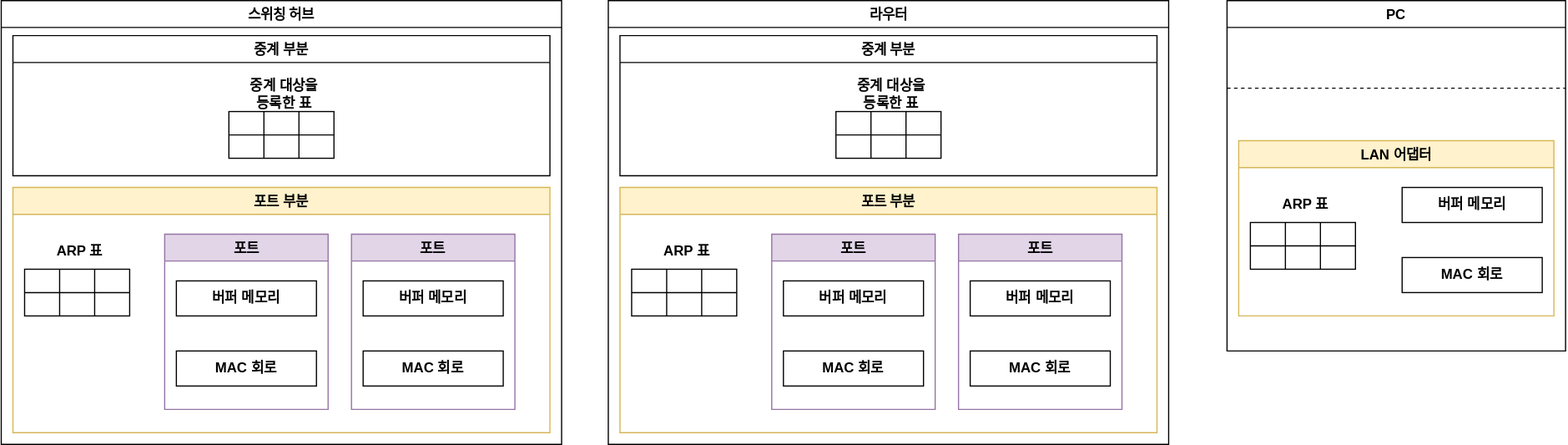
Before: 13/yongki/assets/router-vs-pc.drawio.svg, a diagram exported from draw.io (cs-study-org/cs-study). Source tidied: cells renumbered, new cells last; positions are measured from the earlier drawing's top-left corner, leaving out a move shared by most shapes.
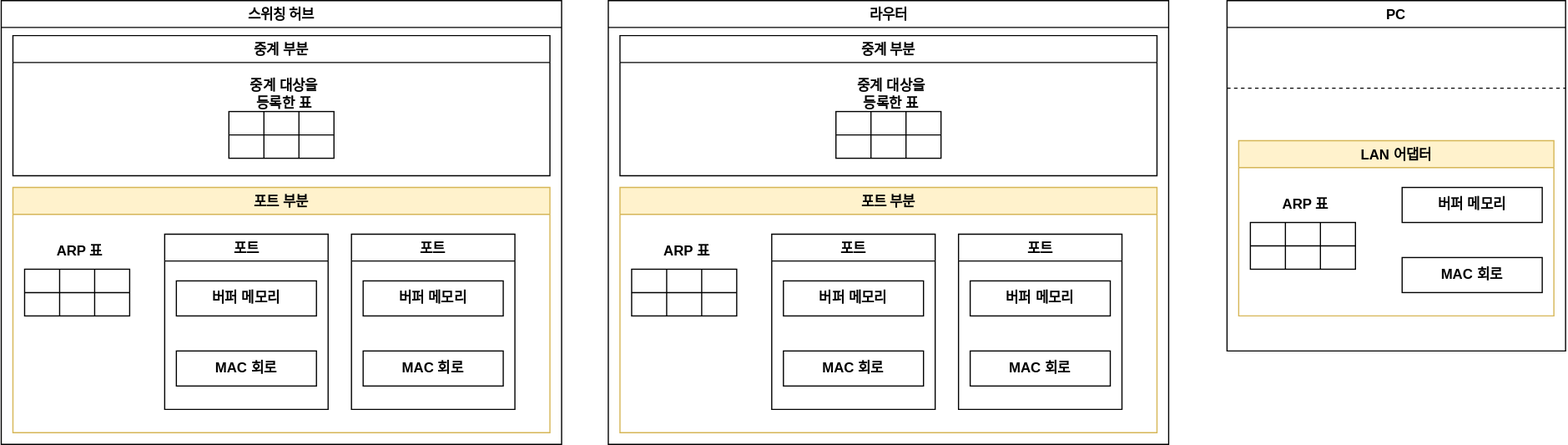
After the change.

Diff of the diagram source:
```diff
@@ -83,7 +83,7 @@
     <mxCell id="28" value="&lt;b&gt;ARP 표&lt;/b&gt;" style="text;html=1;strokeColor=none;fillColor=none;align=center;verticalAlign=middle;whiteSpace=wrap;rounded=0;" parent="18" vertex="1">
       <mxGeometry x="15" y="40" width="85" height="30" as="geometry" />
     </mxCell>
-    <mxCell id="29" value="포트" style="swimlane;fillColor=#e1d5e7;strokeColor=#9673a6;" parent="18" vertex="1">
+    <mxCell id="29" value="포트" style="swimlane;" parent="18" vertex="1">
       <mxGeometry x="130" y="40" width="140" height="150" as="geometry" />
     </mxCell>
     <mxCell id="30" value="&lt;b&gt;버퍼 메모리&lt;/b&gt;" style="rounded=0;whiteSpace=wrap;html=1;fillColor=none;" parent="29" vertex="1">
@@ -92,7 +92,7 @@
     <mxCell id="31" value="&lt;b&gt;MAC 회로&lt;/b&gt;" style="rounded=0;whiteSpace=wrap;html=1;fillColor=none;" parent="29" vertex="1">
       <mxGeometry x="10" y="100" width="120" height="30" as="geometry" />
     </mxCell>
-    <mxCell id="32" value="포트" style="swimlane;fillColor=#e1d5e7;strokeColor=#9673a6;" parent="18" vertex="1">
+    <mxCell id="32" value="포트" style="swimlane;" parent="18" vertex="1">
       <mxGeometry x="290" y="40" width="140" height="150" as="geometry" />
     </mxCell>
     <mxCell id="33" value="&lt;b&gt;버퍼 메모리&lt;/b&gt;" style="rounded=0;whiteSpace=wrap;html=1;fillColor=none;" parent="32" vertex="1">
@@ -170,7 +170,7 @@
     <mxCell id="57" value="&lt;b&gt;ARP 표&lt;/b&gt;" style="text;html=1;strokeColor=none;fillColor=none;align=center;verticalAlign=middle;whiteSpace=wrap;rounded=0;" parent="47" vertex="1">
       <mxGeometry x="15" y="40" width="85" height="30" as="geometry" />
     </mxCell>
-    <mxCell id="58" value="포트" style="swimlane;fillColor=#e1d5e7;strokeColor=#9673a6;" parent="47" vertex="1">
+    <mxCell id="58" value="포트" style="swimlane;" parent="47" vertex="1">
       <mxGeometry x="130" y="40" width="140" height="150" as="geometry" />
     </mxCell>
     <mxCell id="59" value="&lt;b&gt;버퍼 메모리&lt;/b&gt;" style="rounded=0;whiteSpace=wrap;html=1;fillColor=none;" parent="58" vertex="1">
@@ -179,7 +179,7 @@
     <mxCell id="60" value="&lt;b&gt;MAC 회로&lt;/b&gt;" style="rounded=0;whiteSpace=wrap;html=1;fillColor=none;" parent="58" vertex="1">
       <mxGeometry x="10" y="100" width="120" height="30" as="geometry" />
     </mxCell>
-    <mxCell id="61" value="포트" style="swimlane;fillColor=#e1d5e7;strokeColor=#9673a6;" parent="47" vertex="1">
+    <mxCell id="61" value="포트" style="swimlane;" parent="47" vertex="1">
       <mxGeometry x="290" y="40" width="140" height="150" as="geometry" />
     </mxCell>
     <mxCell id="62" value="&lt;b&gt;버퍼 메모리&lt;/b&gt;" style="rounded=0;whiteSpace=wrap;html=1;fillColor=none;" parent="61" vertex="1">
```
